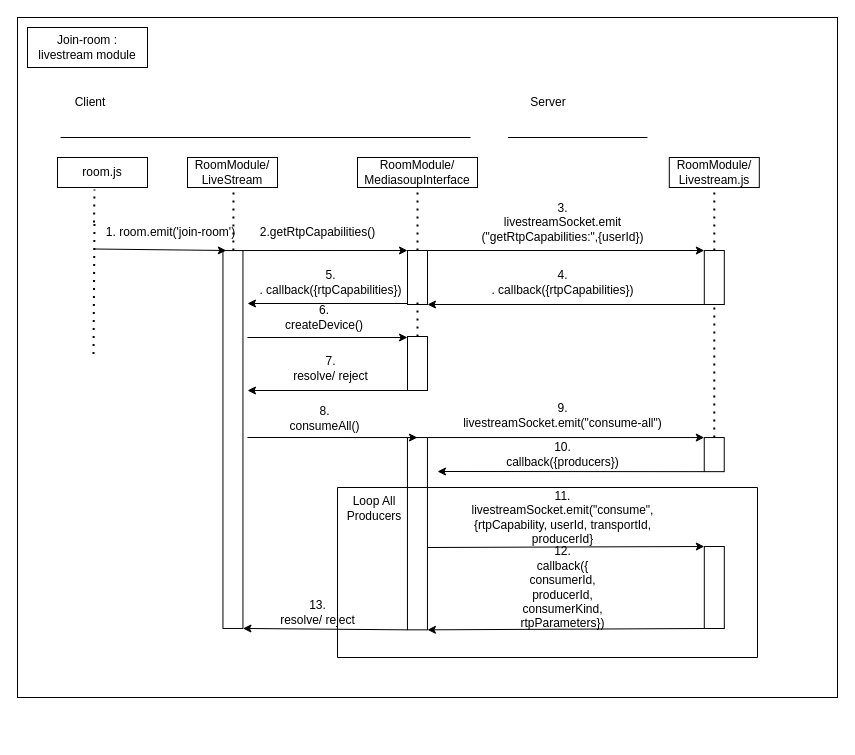
This is Copy of classroom-ultra-sequence diagram-livestream room.drawio from doremi31618/Assets, a draw.io file, before an edit. Source tidied: cells renumbered, new cells numbered last; positions are measured from the earlier drawing's top-left corner, leaving out a move shared by most shapes. Both pictures are drawn from the tidied source at 100%, with x=0, y=0 at pixel (17, 17).
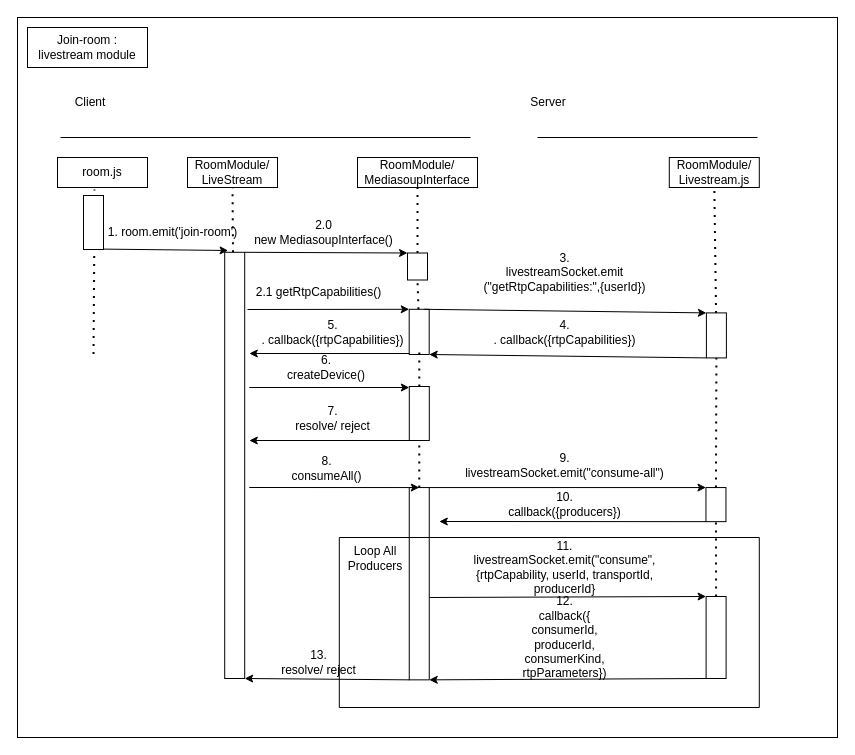
The same diagram, later.

Unchanged cells that the change refers to:
```xml
<mxCell id="5" value="room.js" style="rounded=0;whiteSpace=wrap;html=1;" parent="1" vertex="1">
  <mxGeometry x="40" y="140" width="90" height="30" as="geometry" />
</mxCell>
<mxCell id="6" value="RoomModule/&lt;br&gt;Livestream.js" style="rounded=0;whiteSpace=wrap;html=1;" parent="1" vertex="1">
  <mxGeometry x="651.8" y="140" width="90" height="30" as="geometry" />
</mxCell>
<mxCell id="15" value="RoomModule/&lt;br&gt;LiveStream" style="rounded=0;whiteSpace=wrap;html=1;" parent="1" vertex="1">
  <mxGeometry x="170" y="140" width="90" height="30" as="geometry" />
</mxCell>
<mxCell id="23" value="RoomModule/&lt;br&gt;MediasoupInterface" style="rounded=0;whiteSpace=wrap;html=1;" parent="1" vertex="1">
  <mxGeometry x="340" y="140" width="120" height="30" as="geometry" />
</mxCell>
```

What changed in the source:
```diff
@@
-    <mxCell id="2" style="rounded=0;whiteSpace=wrap;html=1;" parent="1" vertex="1">
-      <mxGeometry width="820" height="680" as="geometry" />
-    </mxCell>
-    <mxCell id="3" style="endArrow=none;dashed=1;html=1;dashPattern=1 3;strokeWidth=2;rounded=0;entryX=0.5;entryY=1;entryDx=0;entryDy=0;startArrow=none;" parent="1" edge="1" source="16">
-      <mxGeometry relative="1" as="geometry">
-        <mxPoint x="216" y="170" as="targetPoint" />
-      </mxGeometry>
-    </mxCell>
+    <mxCell id="55" style="rounded=0;whiteSpace=wrap;html=1;" parent="1" vertex="1">
+      <mxGeometry width="820" height="720" as="geometry" />
+    </mxCell>
+    <mxCell id="56" style="endArrow=none;dashed=1;html=1;dashPattern=1 3;strokeWidth=2;rounded=0;entryX=0.5;entryY=1;entryDx=0;entryDy=0;startArrow=none;" parent="1" edge="1" source="62" target="15">
+      <mxGeometry relative="1" as="geometry" />
+    </mxCell>
@@
-    <mxCell id="7" style="endArrow=none;dashed=1;html=1;dashPattern=1 3;strokeWidth=2;rounded=0;entryX=0.411;entryY=1.067;entryDx=0;entryDy=0;entryPerimeter=0;startArrow=none;" parent="1" edge="1" target="5">
-      <mxGeometry relative="1" as="geometry">
-        <mxPoint x="76.5" y="205" as="sourcePoint" />
-      </mxGeometry>
-    </mxCell>
-    <mxCell id="8" style="endArrow=none;dashed=1;html=1;dashPattern=1 3;strokeWidth=2;rounded=0;entryX=0.5;entryY=1;entryDx=0;entryDy=0;startArrow=none;" parent="1" edge="1" source="27" target="6">
-      <mxGeometry relative="1" as="geometry" />
-    </mxCell>
-    <mxCell id="9" style="endArrow=none;html=1;rounded=0;" parent="1" edge="1">
-      <mxGeometry relative="1" as="geometry">
-        <mxPoint x="43" y="120" as="sourcePoint" />
-        <mxPoint x="453" y="120" as="targetPoint" />
-      </mxGeometry>
-    </mxCell>
-    <mxCell id="10" style="endArrow=none;html=1;rounded=0;" parent="1" edge="1">
-      <mxGeometry relative="1" as="geometry">
-        <mxPoint x="490.5" y="120" as="sourcePoint" />
-        <mxPoint x="630" y="120" as="targetPoint" />
-      </mxGeometry>
-    </mxCell>
+    <mxCell id="57" style="endArrow=none;dashed=1;html=1;dashPattern=1 3;strokeWidth=2;rounded=0;entryX=0.411;entryY=1.067;entryDx=0;entryDy=0;entryPerimeter=0;startArrow=none;" parent="1" edge="1" target="5">
+      <mxGeometry relative="1" as="geometry">
+        <mxPoint x="76.5" y="205" as="sourcePoint" />
+      </mxGeometry>
+    </mxCell>
+    <mxCell id="58" style="endArrow=none;dashed=1;html=1;dashPattern=1 3;strokeWidth=2;rounded=0;entryX=0.5;entryY=1;entryDx=0;entryDy=0;startArrow=none;" parent="1" edge="1" source="70" target="6">
+      <mxGeometry relative="1" as="geometry" />
+    </mxCell>
+    <mxCell id="59" style="endArrow=none;html=1;rounded=0;" parent="1" edge="1">
+      <mxGeometry relative="1" as="geometry">
+        <mxPoint x="43" y="120" as="sourcePoint" />
+        <mxPoint x="453" y="120" as="targetPoint" />
+      </mxGeometry>
+    </mxCell>
+    <mxCell id="60" style="endArrow=none;html=1;rounded=0;" parent="1" edge="1">
+      <mxGeometry relative="1" as="geometry">
+        <mxPoint x="520" y="120" as="sourcePoint" />
+        <mxPoint x="740" y="120" as="targetPoint" />
+      </mxGeometry>
+    </mxCell>
@@
-    <mxCell id="13" style="endArrow=none;dashed=1;html=1;dashPattern=1 3;strokeWidth=2;rounded=0;entryX=1;entryY=0.5;entryDx=0;entryDy=0;" parent="1" edge="1">
-      <mxGeometry relative="1" as="geometry">
-        <mxPoint x="76" y="336.5" as="sourcePoint" />
-        <mxPoint x="77" y="201.5" as="targetPoint" />
-      </mxGeometry>
-    </mxCell>
+    <mxCell id="61" style="endArrow=none;dashed=1;html=1;dashPattern=1 3;strokeWidth=2;rounded=0;entryX=1;entryY=0.5;entryDx=0;entryDy=0;" parent="1" edge="1">
+      <mxGeometry relative="1" as="geometry">
+        <mxPoint x="76" y="336.5" as="sourcePoint" />
+        <mxPoint x="77" y="201.5" as="targetPoint" />
+      </mxGeometry>
+    </mxCell>
@@
-    <mxCell id="16" style="rounded=0;whiteSpace=wrap;html=1;rotation=90;" parent="1" vertex="1">
-      <mxGeometry x="26.5" y="412" width="377.9" height="20" as="geometry" />
-    </mxCell>
-    <mxCell id="17" style="endArrow=classic;html=1;rounded=0;entryX=0.879;entryY=1.1;entryDx=0;entryDy=0;entryPerimeter=0;" parent="1" edge="1" target="18">
-      <mxGeometry relative="1" as="geometry">
-        <mxPoint x="76.5" y="231.5" as="sourcePoint" />
-      </mxGeometry>
-    </mxCell>
+    <mxCell id="62" style="rounded=0;whiteSpace=wrap;html=1;rotation=90;" parent="1" vertex="1">
+      <mxGeometry x="4.1" y="437.9" width="426.2" height="20" as="geometry" />
+    </mxCell>
+    <mxCell id="63" style="endArrow=classic;html=1;rounded=0;entryX=0.879;entryY=1.1;entryDx=0;entryDy=0;entryPerimeter=0;" parent="1" edge="1" target="18">
+      <mxGeometry relative="1" as="geometry">
+        <mxPoint x="76.5" y="231.5" as="sourcePoint" />
+      </mxGeometry>
+    </mxCell>
     <mxCell id="18" value="1. room.emit('join-room')" style="text;strokeColor=none;align=center;fillColor=none;html=1;verticalAlign=middle;whiteSpace=wrap;rounded=0;" parent="1" vertex="1">
-      <mxGeometry x="80" y="200" width="146.5" height="30" as="geometry" />
+      <mxGeometry x="81.8" y="200" width="146.5" height="30" as="geometry" />
     </mxCell>
-    <mxCell id="19" style="endArrow=classic;html=1;rounded=0;exitX=0;exitY=0.25;exitDx=0;exitDy=0;entryX=0;entryY=1;entryDx=0;entryDy=0;" parent="1" edge="1" source="16" target="25">
-      <mxGeometry relative="1" as="geometry" />
-    </mxCell>
-    <mxCell id="20" value="2.getRtpCapabilities()" style="text;strokeColor=none;align=center;fillColor=none;html=1;verticalAlign=middle;whiteSpace=wrap;rounded=0;" parent="1" vertex="1">
-      <mxGeometry x="226.5" y="200" width="146.5" height="30" as="geometry" />
-    </mxCell>
-    <mxCell id="21" style="endArrow=classic;html=1;rounded=0;entryX=1;entryY=0;entryDx=0;entryDy=0;exitX=1;exitY=1;exitDx=0;exitDy=0;" parent="1" edge="1" source="27" target="25">
-      <mxGeometry relative="1" as="geometry" />
-    </mxCell>
+    <mxCell id="64" style="endArrow=classic;html=1;rounded=0;entryX=0;entryY=1;entryDx=0;entryDy=0;" parent="1" edge="1" target="68">
+      <mxGeometry relative="1" as="geometry">
+        <mxPoint x="230" y="292" as="sourcePoint" />
+      </mxGeometry>
+    </mxCell>
+    <mxCell id="65" value="2.1 getRtpCapabilities()" style="text;strokeColor=none;align=center;fillColor=none;html=1;verticalAlign=middle;whiteSpace=wrap;rounded=0;" parent="1" vertex="1">
+      <mxGeometry x="228.2" y="260" width="146.5" height="30" as="geometry" />
+    </mxCell>
+    <mxCell id="66" style="endArrow=classic;html=1;rounded=0;entryX=1;entryY=0;entryDx=0;entryDy=0;exitX=1;exitY=1;exitDx=0;exitDy=0;" parent="1" edge="1" source="70" target="68">
+      <mxGeometry relative="1" as="geometry" />
+    </mxCell>
     <mxCell id="22" value="4.&lt;br&gt;. callback({rtpCapabilities})" style="text;strokeColor=none;align=center;fillColor=none;html=1;verticalAlign=middle;whiteSpace=wrap;rounded=0;" parent="1" vertex="1">
-      <mxGeometry x="472" y="250" width="146.5" height="30" as="geometry" />
+      <mxGeometry x="473.8" y="300" width="146.5" height="30" as="geometry" />
     </mxCell>
@@
-    <mxCell id="24" style="endArrow=none;dashed=1;html=1;dashPattern=1 3;strokeWidth=2;rounded=0;entryX=0.5;entryY=1;entryDx=0;entryDy=0;startArrow=none;" parent="1" edge="1" source="25" target="23">
-      <mxGeometry relative="1" as="geometry" />
-    </mxCell>
-    <mxCell id="25" style="rounded=0;whiteSpace=wrap;html=1;rotation=90;" parent="1" vertex="1">
-      <mxGeometry x="373" y="250" width="54" height="20" as="geometry" />
-    </mxCell>
-    <mxCell id="26" style="endArrow=none;dashed=1;html=1;dashPattern=1 3;strokeWidth=2;rounded=0;startArrow=none;" parent="1" edge="1" source="33">
-      <mxGeometry relative="1" as="geometry">
-        <mxPoint x="400" y="280" as="targetPoint" />
-      </mxGeometry>
-    </mxCell>
-    <mxCell id="27" style="rounded=0;whiteSpace=wrap;html=1;rotation=90;" parent="1" vertex="1">
-      <mxGeometry x="669.8" y="250" width="54" height="20" as="geometry" />
-    </mxCell>
-    <mxCell id="28" style="endArrow=none;dashed=1;html=1;dashPattern=1 3;strokeWidth=2;rounded=0;entryX=1;entryY=0.5;entryDx=0;entryDy=0;exitX=0;exitY=0.5;exitDx=0;exitDy=0;startArrow=none;" parent="1" edge="1" source="40" target="27">
-      <mxGeometry relative="1" as="geometry" />
-    </mxCell>
-    <mxCell id="29" style="endArrow=classic;html=1;rounded=0;exitX=0;exitY=0.25;exitDx=0;exitDy=0;entryX=0;entryY=1;entryDx=0;entryDy=0;" parent="1" edge="1" source="25" target="27">
-      <mxGeometry relative="1" as="geometry" />
-    </mxCell>
+    <mxCell id="67" style="endArrow=none;dashed=1;html=1;dashPattern=1 3;strokeWidth=2;rounded=0;entryX=0.5;entryY=1;entryDx=0;entryDy=0;startArrow=none;" parent="1" edge="1" source="90" target="23">
+      <mxGeometry relative="1" as="geometry" />
+    </mxCell>
+    <mxCell id="68" style="rounded=0;whiteSpace=wrap;html=1;rotation=90;" parent="1" vertex="1">
+      <mxGeometry x="379.1" y="304.4" width="45.2" height="20" as="geometry" />
+    </mxCell>
+    <mxCell id="69" style="endArrow=none;dashed=1;html=1;dashPattern=1 3;strokeWidth=2;rounded=0;startArrow=none;" parent="1" edge="1" source="74">
+      <mxGeometry relative="1" as="geometry">
+        <mxPoint x="401.8" y="330" as="targetPoint" />
+      </mxGeometry>
+    </mxCell>
+    <mxCell id="70" style="rounded=0;whiteSpace=wrap;html=1;rotation=90;spacing=4;" parent="1" vertex="1">
+      <mxGeometry x="676.4" y="307.9" width="45" height="20" as="geometry" />
+    </mxCell>
+    <mxCell id="71" style="endArrow=none;dashed=1;html=1;dashPattern=1 3;strokeWidth=2;rounded=0;entryX=1;entryY=0.5;entryDx=0;entryDy=0;exitX=0;exitY=0.5;exitDx=0;exitDy=0;startArrow=none;" parent="1" edge="1" source="79" target="70">
+      <mxGeometry relative="1" as="geometry" />
+    </mxCell>
+    <mxCell id="72" style="endArrow=classic;html=1;rounded=0;exitX=0;exitY=0.25;exitDx=0;exitDy=0;entryX=0;entryY=1;entryDx=0;entryDy=0;" parent="1" edge="1" source="68" target="70">
+      <mxGeometry relative="1" as="geometry" />
+    </mxCell>
     <mxCell id="30" value="3.&lt;br&gt;livestreamSocket.emit&lt;br&gt;(&quot;getRtpCapabilities:&quot;,{userId})" style="text;strokeColor=none;align=center;fillColor=none;html=1;verticalAlign=middle;whiteSpace=wrap;rounded=0;" parent="1" vertex="1">
-      <mxGeometry x="438.8" y="190" width="213" height="30" as="geometry" />
+      <mxGeometry x="440.5" y="240" width="213" height="30" as="geometry" />
     </mxCell>
-    <mxCell id="31" style="endArrow=classic;html=1;rounded=0;" parent="1" edge="1">
-      <mxGeometry relative="1" as="geometry">
-        <mxPoint x="390" y="286" as="sourcePoint" />
-        <mxPoint x="230" y="286" as="targetPoint" />
-      </mxGeometry>
-    </mxCell>
+    <mxCell id="73" style="endArrow=classic;html=1;rounded=0;" parent="1" edge="1">
+      <mxGeometry relative="1" as="geometry">
+        <mxPoint x="391.8" y="336" as="sourcePoint" />
+        <mxPoint x="231.8" y="336" as="targetPoint" />
+      </mxGeometry>
+    </mxCell>
     <mxCell id="32" value="5.&lt;br&gt;. callback({rtpCapabilities})" style="text;strokeColor=none;align=center;fillColor=none;html=1;verticalAlign=middle;whiteSpace=wrap;rounded=0;" parent="1" vertex="1">
-      <mxGeometry x="240" y="250" width="146.5" height="30" as="geometry" />
+      <mxGeometry x="241.8" y="300" width="146.5" height="30" as="geometry" />
     </mxCell>
-    <mxCell id="33" style="rounded=0;whiteSpace=wrap;html=1;rotation=90;" parent="1" vertex="1">
-      <mxGeometry x="373" y="336" width="54" height="20" as="geometry" />
-    </mxCell>
-    <mxCell id="34" style="endArrow=classic;html=1;rounded=0;startArrow=none;" parent="1" edge="1">
-      <mxGeometry relative="1" as="geometry">
-        <mxPoint x="230" y="320" as="sourcePoint" />
-        <mxPoint x="390" y="320" as="targetPoint" />
-      </mxGeometry>
-    </mxCell>
-    <mxCell id="35" style="endArrow=classic;html=1;rounded=0;exitX=1;exitY=0.5;exitDx=0;exitDy=0;" parent="1" edge="1" source="33">
-      <mxGeometry relative="1" as="geometry">
-        <mxPoint x="230" y="373" as="targetPoint" />
-      </mxGeometry>
-    </mxCell>
+    <mxCell id="74" style="rounded=0;whiteSpace=wrap;html=1;rotation=90;" parent="1" vertex="1">
+      <mxGeometry x="374.8" y="386" width="54" height="20" as="geometry" />
+    </mxCell>
+    <mxCell id="75" style="endArrow=classic;html=1;rounded=0;startArrow=none;" parent="1" edge="1">
+      <mxGeometry relative="1" as="geometry">
+        <mxPoint x="231.8" y="370" as="sourcePoint" />
+        <mxPoint x="391.8" y="370" as="targetPoint" />
+      </mxGeometry>
+    </mxCell>
+    <mxCell id="76" style="endArrow=classic;html=1;rounded=0;exitX=1;exitY=0.5;exitDx=0;exitDy=0;" parent="1" edge="1" source="74">
+      <mxGeometry relative="1" as="geometry">
+        <mxPoint x="231.8" y="423" as="targetPoint" />
+      </mxGeometry>
+    </mxCell>
     <mxCell id="36" value="7.&lt;br&gt;resolve/ reject" style="text;strokeColor=none;align=center;fillColor=none;html=1;verticalAlign=middle;whiteSpace=wrap;rounded=0;rotation=0;" parent="1" vertex="1">
-      <mxGeometry x="240" y="336" width="146.5" height="30" as="geometry" />
+      <mxGeometry x="241.8" y="386" width="146.5" height="30" as="geometry" />
     </mxCell>
-    <mxCell id="37" style="rounded=0;whiteSpace=wrap;html=1;rotation=90;" parent="1" vertex="1">
-      <mxGeometry x="303.8" y="506.2" width="192.3" height="20" as="geometry" />
-    </mxCell>
-    <mxCell id="38" style="endArrow=classic;html=1;rounded=0;entryX=0;entryY=0.5;entryDx=0;entryDy=0;" parent="1" edge="1" target="37">
-      <mxGeometry relative="1" as="geometry">
-        <mxPoint x="230" y="420" as="sourcePoint" />
-      </mxGeometry>
-    </mxCell>
+    <mxCell id="77" style="rounded=0;whiteSpace=wrap;html=1;rotation=90;" parent="1" vertex="1">
+      <mxGeometry x="305.6" y="556.2" width="192.3" height="20" as="geometry" />
+    </mxCell>
+    <mxCell id="78" style="endArrow=classic;html=1;rounded=0;entryX=0;entryY=0.5;entryDx=0;entryDy=0;" parent="1" edge="1" target="77">
+      <mxGeometry relative="1" as="geometry">
+        <mxPoint x="231.8" y="470" as="sourcePoint" />
+      </mxGeometry>
+    </mxCell>
     <mxCell id="39" value="8.&lt;br&gt;consumeAll()" style="text;strokeColor=none;align=center;fillColor=none;html=1;verticalAlign=middle;whiteSpace=wrap;rounded=0;" parent="1" vertex="1">
-      <mxGeometry x="234.2" y="386" width="146.5" height="30" as="geometry" />
+      <mxGeometry x="236" y="436" width="146.5" height="30" as="geometry" />
     </mxCell>
-    <mxCell id="40" style="rounded=0;whiteSpace=wrap;html=1;rotation=90;" parent="1" vertex="1">
-      <mxGeometry x="679.7" y="427.1" width="34.1" height="20" as="geometry" />
-    </mxCell>
-    <mxCell id="41" style="endArrow=classic;html=1;rounded=0;exitX=0;exitY=0;exitDx=0;exitDy=0;entryX=0;entryY=1;entryDx=0;entryDy=0;" parent="1" edge="1" source="37" target="40">
-      <mxGeometry relative="1" as="geometry" />
-    </mxCell>
+    <mxCell id="79" style="rounded=0;whiteSpace=wrap;html=1;rotation=90;" parent="1" vertex="1">
+      <mxGeometry x="681.4" y="477.1" width="34.1" height="20" as="geometry" />
+    </mxCell>
+    <mxCell id="80" style="endArrow=classic;html=1;rounded=0;exitX=0;exitY=0;exitDx=0;exitDy=0;entryX=0;entryY=1;entryDx=0;entryDy=0;" parent="1" edge="1" source="77" target="79">
+      <mxGeometry relative="1" as="geometry" />
+    </mxCell>
     <mxCell id="42" value="6.&lt;br&gt;createDevice()" style="text;strokeColor=none;align=center;fillColor=none;html=1;verticalAlign=middle;whiteSpace=wrap;rounded=0;" parent="1" vertex="1">
-      <mxGeometry x="234.2" y="290" width="145.8" height="20" as="geometry" />
+      <mxGeometry x="236" y="340" width="145.8" height="20" as="geometry" />
     </mxCell>
     <mxCell id="43" value="9.&lt;br&gt;livestreamSocket.emit(&quot;consume-all&quot;)" style="text;strokeColor=none;align=center;fillColor=none;html=1;verticalAlign=middle;whiteSpace=wrap;rounded=0;" parent="1" vertex="1">
-      <mxGeometry x="428.9" y="380" width="232.8" height="36" as="geometry" />
+      <mxGeometry x="430.6" y="430" width="232.8" height="36" as="geometry" />
     </mxCell>
-    <mxCell id="44" style="endArrow=classic;html=1;rounded=0;exitX=1;exitY=1;exitDx=0;exitDy=0;" parent="1" edge="1" source="40">
-      <mxGeometry relative="1" as="geometry">
-        <mxPoint x="420" y="454" as="targetPoint" />
-      </mxGeometry>
-    </mxCell>
+    <mxCell id="81" style="endArrow=classic;html=1;rounded=0;exitX=1;exitY=1;exitDx=0;exitDy=0;" parent="1" edge="1" source="79">
+      <mxGeometry relative="1" as="geometry">
+        <mxPoint x="421.8" y="504" as="targetPoint" />
+      </mxGeometry>
+    </mxCell>
     <mxCell id="45" value="10.&lt;br&gt;callback({producers})" style="text;strokeColor=none;align=center;fillColor=none;html=1;verticalAlign=middle;whiteSpace=wrap;rounded=0;" parent="1" vertex="1">
-      <mxGeometry x="428.9" y="419.1" width="232.8" height="36" as="geometry" />
+      <mxGeometry x="430.6" y="469.1" width="232.8" height="36" as="geometry" />
     </mxCell>
-    <mxCell id="46" style="endArrow=classic;html=1;rounded=0;entryX=0;entryY=1;entryDx=0;entryDy=0;" parent="1" edge="1" target="49">
-      <mxGeometry relative="1" as="geometry">
-        <mxPoint x="410" y="530" as="sourcePoint" />
-      </mxGeometry>
-    </mxCell>
-    <mxCell id="47" style="swimlane;startSize=0;" parent="1" vertex="1">
-      <mxGeometry x="320" y="470" width="420" height="170" as="geometry" />
-    </mxCell>
+    <mxCell id="82" style="endArrow=classic;html=1;rounded=0;entryX=0;entryY=1;entryDx=0;entryDy=0;" parent="1" edge="1" target="49">
+      <mxGeometry relative="1" as="geometry">
+        <mxPoint x="411.8" y="580" as="sourcePoint" />
+      </mxGeometry>
+    </mxCell>
+    <mxCell id="83" style="swimlane;startSize=0;" parent="1" vertex="1">
+      <mxGeometry x="321.8" y="520" width="420" height="170" as="geometry" />
+    </mxCell>
-    <mxCell id="48" value="Loop All Producers" style="text;strokeColor=none;align=center;fillColor=none;html=1;verticalAlign=middle;whiteSpace=wrap;rounded=0;" parent="47" vertex="1">
+    <mxCell id="48" value="Loop All Producers" style="text;strokeColor=none;align=center;fillColor=none;html=1;verticalAlign=middle;whiteSpace=wrap;rounded=0;" parent="83" vertex="1">
       <mxGeometry x="6.5" y="6" width="60" height="30" as="geometry" />
     </mxCell>
-    <mxCell id="49" style="rounded=0;whiteSpace=wrap;html=1;rotation=90;" parent="47" vertex="1">
+    <mxCell id="49" style="rounded=0;whiteSpace=wrap;html=1;rotation=90;" parent="83" vertex="1">
       <mxGeometry x="335.8" y="90" width="82" height="20" as="geometry" />
     </mxCell>
-    <mxCell id="50" value="12.&lt;br&gt;callback({&lt;br&gt;consumerId,&lt;br&gt;producerId,&lt;br&gt;consumerKind,&lt;br&gt;rtpParameters})" style="text;strokeColor=none;align=center;fillColor=none;html=1;verticalAlign=middle;whiteSpace=wrap;rounded=0;" parent="47" vertex="1">
+    <mxCell id="50" value="12.&lt;br&gt;callback({&lt;br&gt;consumerId,&lt;br&gt;producerId,&lt;br&gt;consumerKind,&lt;br&gt;rtpParameters})" style="text;strokeColor=none;align=center;fillColor=none;html=1;verticalAlign=middle;whiteSpace=wrap;rounded=0;" parent="83" vertex="1">
       <mxGeometry x="108.9" y="82" width="232.8" height="36" as="geometry" />
     </mxCell>
     <mxCell id="51" value="11.&lt;br&gt;livestreamSocket.emit(&quot;consume&quot;, {rtpCapability, userId, transportId, producerId}" style="text;strokeColor=none;align=center;fillColor=none;html=1;verticalAlign=middle;whiteSpace=wrap;rounded=0;" parent="1" vertex="1">
-      <mxGeometry x="428.9" y="482" width="232.8" height="36" as="geometry" />
+      <mxGeometry x="430.6" y="532" width="232.8" height="36" as="geometry" />
     </mxCell>
-    <mxCell id="52" style="endArrow=classic;html=1;rounded=0;exitX=1;exitY=1;exitDx=0;exitDy=0;entryX=1;entryY=0;entryDx=0;entryDy=0;" parent="1" edge="1" source="49" target="37">
-      <mxGeometry relative="1" as="geometry" />
-    </mxCell>
-    <mxCell id="53" style="endArrow=classic;html=1;rounded=0;exitX=1;exitY=1;exitDx=0;exitDy=0;entryX=1;entryY=0;entryDx=0;entryDy=0;" parent="1" edge="1" source="37" target="16">
-      <mxGeometry relative="1" as="geometry" />
-    </mxCell>
+    <mxCell id="84" style="endArrow=classic;html=1;rounded=0;exitX=1;exitY=1;exitDx=0;exitDy=0;entryX=1;entryY=0;entryDx=0;entryDy=0;" parent="1" edge="1" source="49" target="77">
+      <mxGeometry relative="1" as="geometry" />
+    </mxCell>
+    <mxCell id="85" style="endArrow=classic;html=1;rounded=0;exitX=1;exitY=1;exitDx=0;exitDy=0;entryX=1;entryY=0;entryDx=0;entryDy=0;" parent="1" edge="1" source="77" target="62">
+      <mxGeometry relative="1" as="geometry" />
+    </mxCell>
     <mxCell id="54" value="13.&lt;br&gt;resolve/ reject" style="text;strokeColor=none;align=center;fillColor=none;html=1;verticalAlign=middle;whiteSpace=wrap;rounded=0;rotation=0;" parent="1" vertex="1">
-      <mxGeometry x="226.5" y="580" width="146.5" height="30" as="geometry" />
+      <mxGeometry x="228.2" y="630" width="146.5" height="30" as="geometry" />
     </mxCell>
+    <mxCell id="86" style="endArrow=none;dashed=1;html=1;dashPattern=1 3;strokeWidth=2;rounded=0;entryX=1;entryY=0.5;entryDx=0;entryDy=0;exitX=0;exitY=0.5;exitDx=0;exitDy=0;" parent="1" edge="1" source="77" target="74">
+      <mxGeometry relative="1" as="geometry" />
+    </mxCell>
+    <mxCell id="87" style="rounded=0;whiteSpace=wrap;html=1;rotation=90;" parent="1" vertex="1">
+      <mxGeometry x="49" y="195" width="54" height="20" as="geometry" />
+    </mxCell>
+    <mxCell id="88" style="endArrow=none;dashed=1;html=1;dashPattern=1 3;strokeWidth=2;rounded=0;entryX=1;entryY=0.5;entryDx=0;entryDy=0;exitX=0;exitY=0.5;exitDx=0;exitDy=0;" parent="1" edge="1" source="49" target="79">
+      <mxGeometry relative="1" as="geometry" />
+    </mxCell>
+    <mxCell id="89" style="endArrow=none;dashed=1;html=1;dashPattern=1 3;strokeWidth=2;rounded=0;entryX=1;entryY=0.5;entryDx=0;entryDy=0;startArrow=none;" parent="1" edge="1" source="68" target="90">
+      <mxGeometry relative="1" as="geometry" />
+    </mxCell>
+    <mxCell id="90" style="rounded=0;whiteSpace=wrap;html=1;rotation=90;" parent="1" vertex="1">
+      <mxGeometry x="386.5" y="239" width="27" height="20" as="geometry" />
+    </mxCell>
+    <mxCell id="91" style="endArrow=classic;html=1;rounded=0;exitX=0;exitY=0;exitDx=0;exitDy=0;entryX=0;entryY=1;entryDx=0;entryDy=0;" parent="1" edge="1" source="62" target="90">
+      <mxGeometry relative="1" as="geometry" />
+    </mxCell>
+    <mxCell id="92" value="2.0&lt;br&gt;new MediasoupInterface()" style="text;strokeColor=none;align=center;fillColor=none;html=1;verticalAlign=middle;whiteSpace=wrap;rounded=0;" parent="1" vertex="1">
+      <mxGeometry x="232.6" y="200" width="146.5" height="30" as="geometry" />
+    </mxCell>
```
